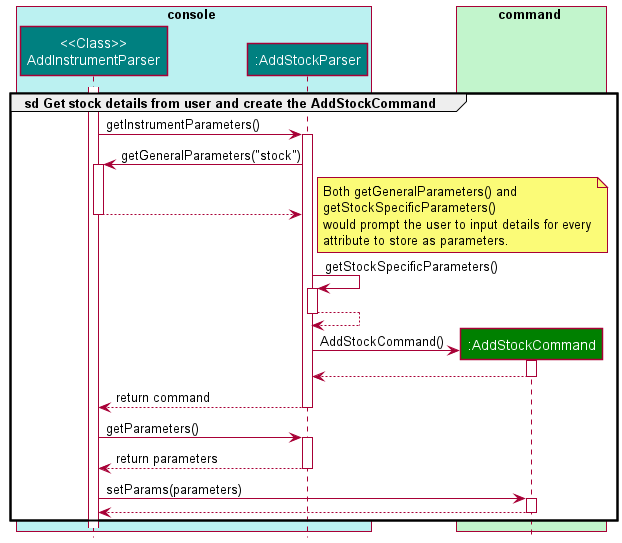
The PlantUML diagram docs/images/AddStockSequenceDiagramRef.png in williamlamjy/mTracker, before a commit.
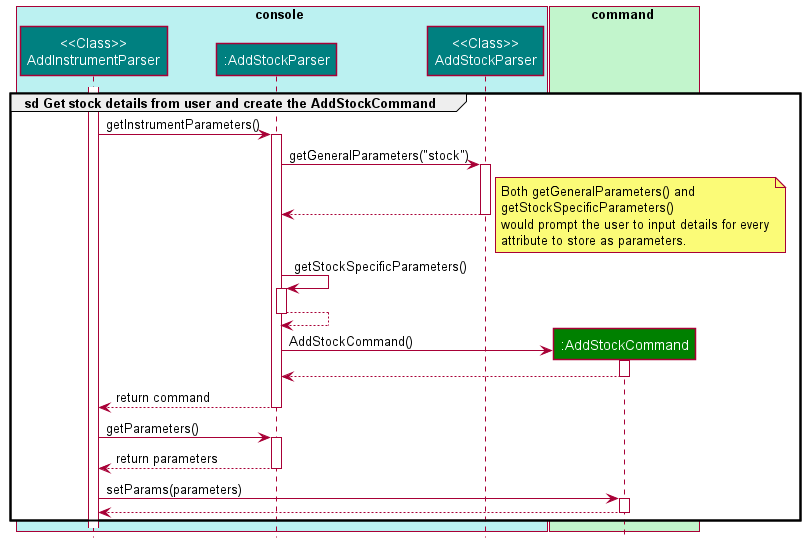
After the change.

The edit, as a diff of the source:
```diff
@@ -6,6 +6,7 @@
 box console COLOR_CONSOLE_SEGMENT
 participant "<<Class>>\nAddInstrumentParser" as AddInstrumentParser COLOR_CONSOLE
 participant ":AddStockParser" as AddStockParser COLOR_CONSOLE
+participant "<<Class>>\nAddStockParser" as ClassAddStockParser COLOR_CONSOLE
 end box
 
 box command COLOR_FAINT_GREEN
@@ -15,10 +16,10 @@
 
 AddInstrumentParser-> AddStockParser : getInstrumentParameters()
 activate AddStockParser
-AddInstrumentParser<-AddStockParser : getGeneralParameters("stock")
-activate AddInstrumentParser
-AddInstrumentParser--> AddStockParser
-deactivate AddInstrumentParser
+AddStockParser->ClassAddStockParser : getGeneralParameters("stock")
+activate ClassAddStockParser
+ClassAddStockParser--> AddStockParser
+deactivate ClassAddStockParser
 
 
 note right
```
